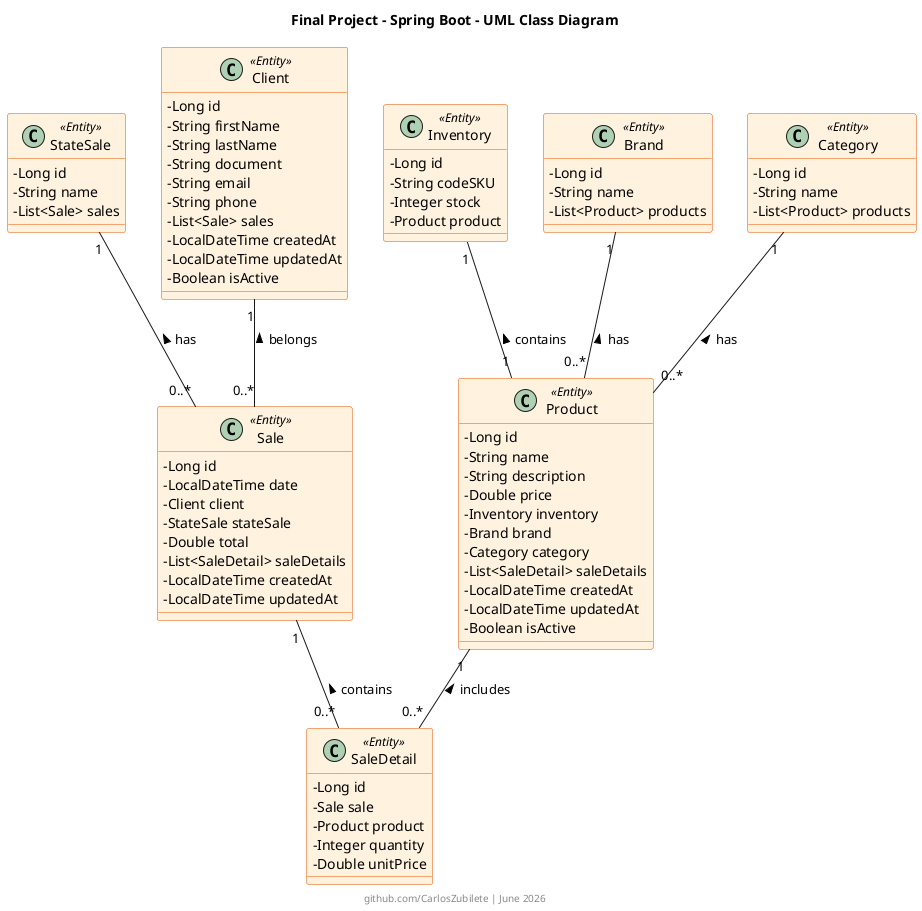
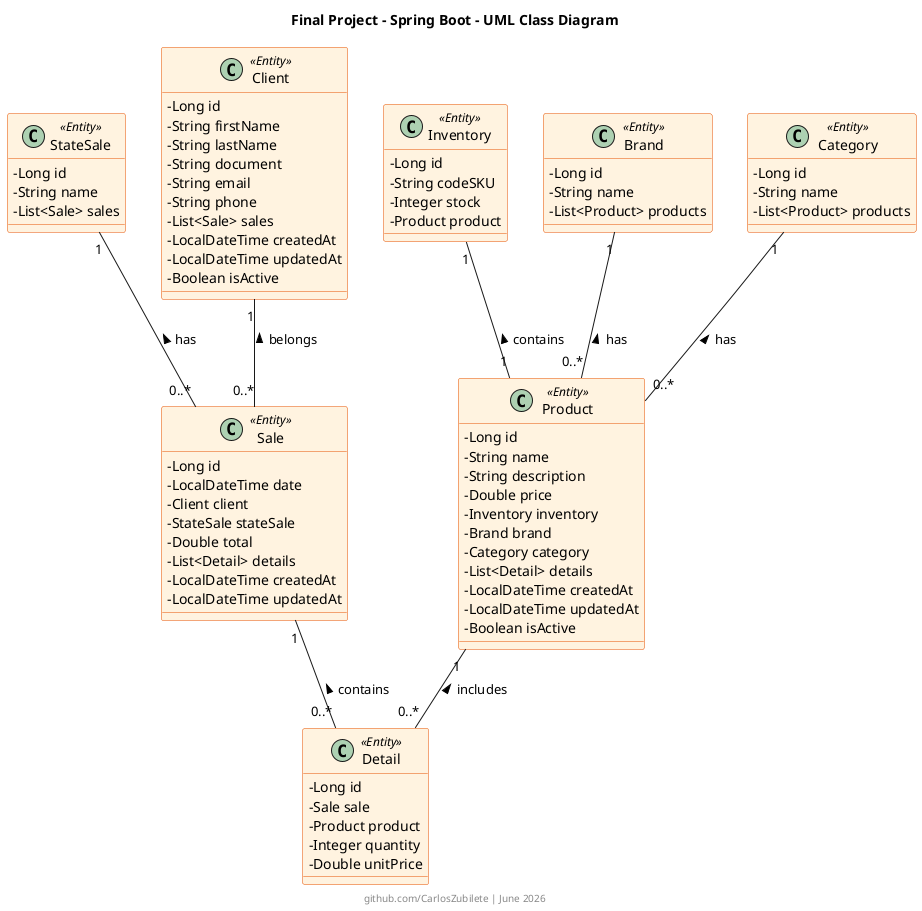
@startuml

title Final Project - Spring Boot - UML Class Diagram


    skinparam componentStyle uml2
    skinparam PackageStyle rectangle
    skinparam ClassAttributeIconSize 0


    ' Professional colors
    skinparam class {
        BackgroundColor<<Entity>> #FFF3E0
        BorderColor<<Entity>> #E65100
        BackgroundColor<<Author>> #E8F5E9
        BorderColor<<Author>> #2E7D32
    }


    class Brand <<Entity>>{
        - Long id
        - String name
        - List<Product> products
    }

    class Category <<Entity>>{
        - Long id
        - String name
        - List<Product> products
    }

    class Inventory <<Entity>> {
        - Long id
        - String codeSKU
        - Integer stock
        - Product product
    }

    class Product <<Entity>>{
        - Long id
        - String name
        - String description
        - Double price
        - Inventory inventory
        - Brand brand
        - Category category
-         - List<SaleDetail> saleDetails
+         - List<Detail> details
        - LocalDateTime createdAt
        - LocalDateTime updatedAt
        - Boolean isActive
    }

    Class StateSale <<Entity>> {
        - Long id
        - String name
        - List<Sale> sales
    }

    Class Client <<Entity>> {
        - Long id
        - String firstName
        - String lastName
        - String document
        - String email
        - String phone
        - List<Sale> sales
        - LocalDateTime createdAt
        - LocalDateTime updatedAt
        - Boolean isActive
    }

    Class Sale <<Entity>> {
        - Long id
        - LocalDateTime date
        - Client client
        - StateSale stateSale
        - Double total
-         - List<SaleDetail> saleDetails
+         - List<Detail> details
        - LocalDateTime createdAt
        - LocalDateTime updatedAt
    }

-     Class SaleDetail <<Entity>> {
+     Class Detail <<Entity>> {
        - Long id
        - Sale sale
        - Product product
        - Integer quantity
        - Double unitPrice
    }


    Brand "1" -- "0..*" Product : < has
    Category "1" -- "0..*" Product : < has
    Client "1" -- "0..*" Sale : < belongs
    StateSale "1" -- "0..*" Sale : < has
-     Sale "1" -- "0..*" SaleDetail : < contains
-     Product "1" -- "0..*" SaleDetail : < includes
+     Sale "1" -- "0..*" Detail : < contains
+     Product "1" -- "0..*" Detail : < includes
    Inventory "1" -- "1" Product : < contains



footer github.com/CarlosZubilete | June 2026

@enduml



'legend right
'|<#E8F5E9> Created by: Carlos Zubilete |
'|<#E8F5E9> Date: June 4, 2026 |
'|<#E8F5E9> Version: 1.0 |
'|<#E8F5E9> Status: Final |
'endlegend